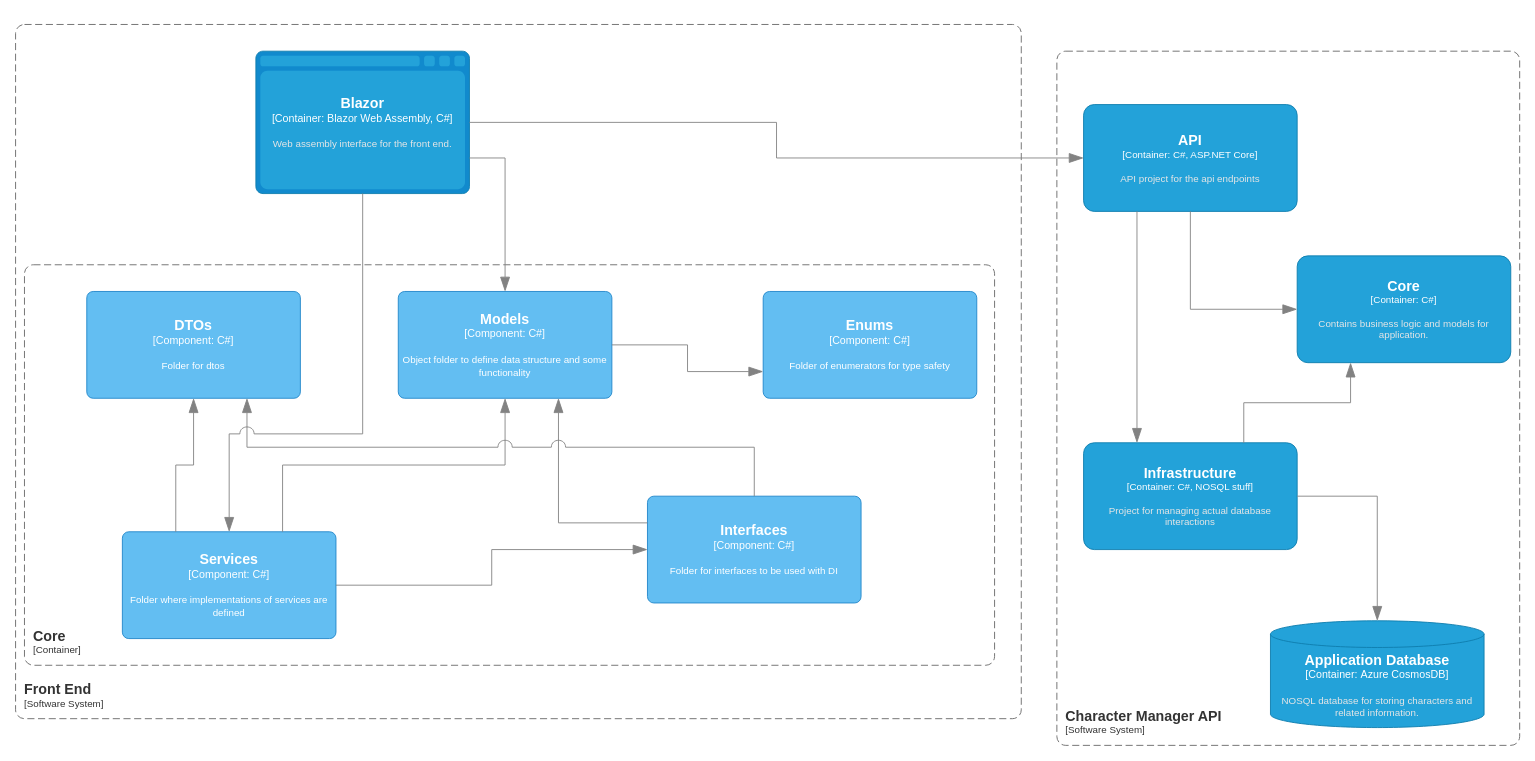
Above: page "Front End Component Diagram" (3 of 4) of Documentation/DiagramCollection.drawio in thedragonluvver/DnDCharacterManager (draw.io), before the change. Source tidied: cells renumbered, new cells numbered last; positions are measured from the earlier drawing's top-left corner, leaving out a move shared by most shapes. Both pictures are drawn from the tidied source at 89%, with x=0, y=0 at pixel (15, 24).
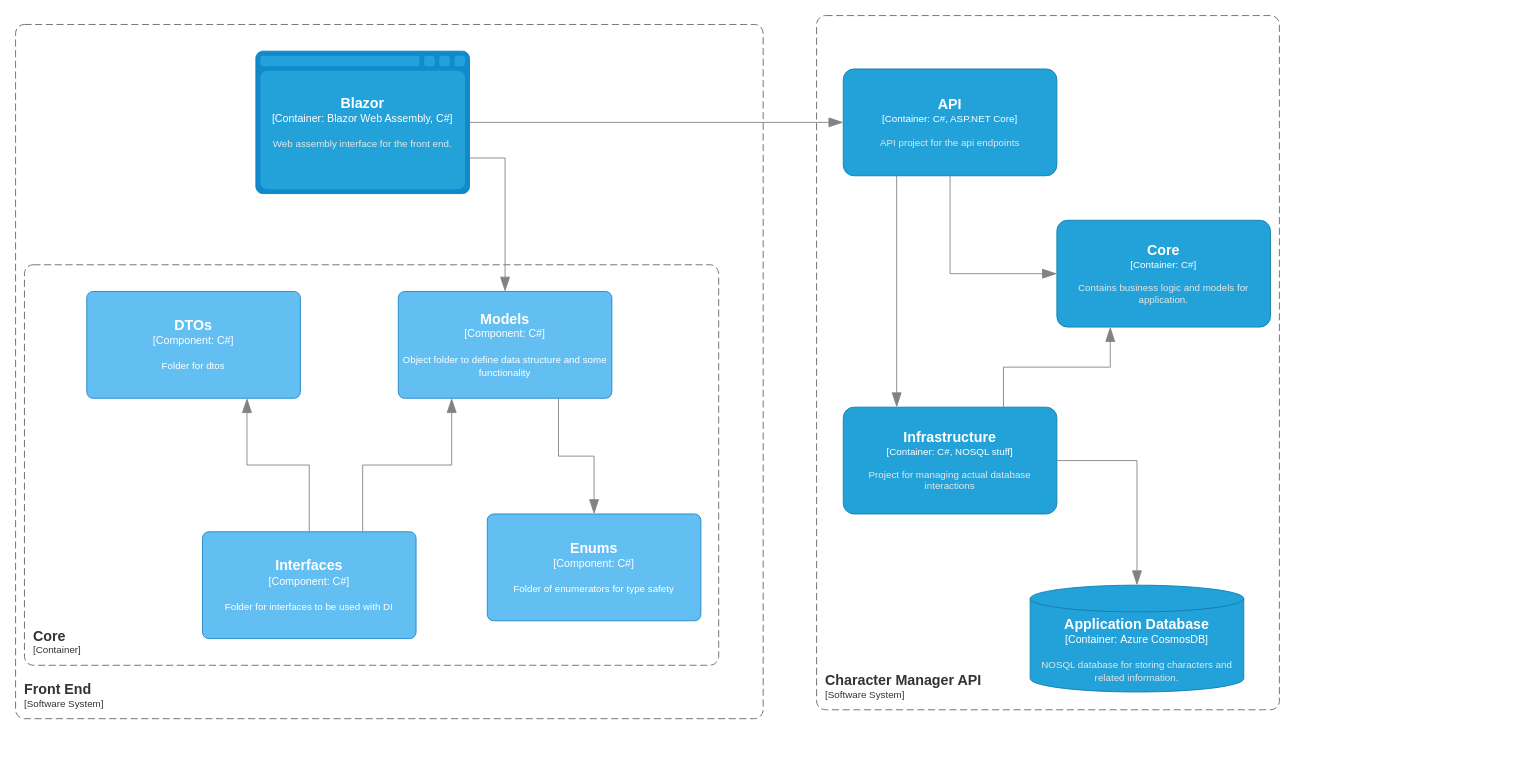
Above is the later version.

Commit message:
create component diagram for web api

Unchanged cells that the change refers to:
```xml
<object id="3" label="&lt;font style=&quot;font-size: 16px&quot;&gt;&lt;b&gt;%c4Name%&lt;/b&gt;&lt;/font&gt;&lt;div&gt;[%c4Type%:&amp;nbsp;%c4Technology%]&lt;/div&gt;&lt;br&gt;&lt;div&gt;&lt;font style=&quot;font-size: 11px&quot;&gt;&lt;font color=&quot;#E6E6E6&quot;&gt;%c4Description%&lt;/font&gt;&lt;/div&gt;" c4Description="Web assembly interface for the front end. " c4Name="Blazor " c4Technology="Blazor Web Assembly, C#" c4Type="Container" placeholders="1">
  <mxCell style="shape=mxgraph.c4.webBrowserContainer2;whiteSpace=wrap;html=1;boundedLbl=1;rounded=0;labelBackgroundColor=none;strokeColor=#118ACD;fillColor=#23A2D9;strokeColor=#118ACD;strokeColor2=#0E7DAD;fontSize=12;fontColor=#ffffff;align=center;points=[[0.5,0,0],[1,0.25,0],[1,0.5,0],[1,0.75,0],[0.5,1,0],[0,0.75,0],[0,0.5,0],[0,0.25,0]];" parent="1" vertex="1">
    <mxGeometry x="270" y="30" width="240" height="160" as="geometry" />
  </mxCell>
</object>
<object id="16" label="&lt;font style=&quot;font-size: 16px&quot;&gt;&lt;b&gt;%c4Name%&lt;/b&gt;&lt;/font&gt;&lt;div&gt;[%c4Type%: %c4Technology%]&lt;/div&gt;&lt;br&gt;&lt;div&gt;&lt;font style=&quot;font-size: 11px&quot;&gt;%c4Description%&lt;/font&gt;&lt;/div&gt;" c4Description="Object folder to define data structure and some functionality" c4Name="Models" c4Technology="C#" c4Type="Component" placeholders="1">
  <mxCell style="rounded=1;whiteSpace=wrap;html=1;labelBackgroundColor=none;fillColor=#63BEF2;fontColor=#ffffff;align=center;arcSize=6;strokeColor=#2086C9;points=[[0.25,0,0],[0.5,0,0],[0.75,0,0],[1,0.25,0],[1,0.5,0],[1,0.75,0],[0.75,1,0],[0.5,1,0],[0.25,1,0],[0,0.75,0],[0,0.5,0],[0,0.25,0]];" parent="1" vertex="1">
    <mxGeometry x="430" y="300" width="240" height="120" as="geometry" />
  </mxCell>
</object>
<object id="24" label="&lt;font style=&quot;font-size: 16px&quot;&gt;&lt;b&gt;%c4Name%&lt;/b&gt;&lt;/font&gt;&lt;div&gt;[%c4Type%: %c4Technology%]&lt;/div&gt;&lt;br&gt;&lt;div&gt;&lt;font style=&quot;font-size: 11px&quot;&gt;%c4Description%&lt;/font&gt;&lt;/div&gt;" c4Description="Folder for dtos" c4Name="DTOs" c4Technology="C#" c4Type="Component" placeholders="1">
  <mxCell style="rounded=1;whiteSpace=wrap;html=1;labelBackgroundColor=none;fillColor=#63BEF2;fontColor=#ffffff;align=center;arcSize=6;strokeColor=#2086C9;points=[[0.25,0,0],[0.5,0,0],[0.75,0,0],[1,0.25,0],[1,0.5,0],[1,0.75,0],[0.75,1,0],[0.5,1,0],[0.25,1,0],[0,0.75,0],[0,0.5,0],[0,0.25,0]];" parent="1" vertex="1">
    <mxGeometry x="80" y="300" width="240" height="120" as="geometry" />
  </mxCell>
</object>
```

Change to the diagram source:
```diff
@@
     <object id="2" label="&lt;font style=&quot;font-size: 16px&quot;&gt;&lt;b&gt;&lt;div style=&quot;text-align: left&quot;&gt;%c4Name%&lt;/div&gt;&lt;/b&gt;&lt;/font&gt;&lt;div style=&quot;text-align: left&quot;&gt;[%c4Application%]&lt;/div&gt;" c4Application="Software System" c4Name="Front End" placeholders="1">
       <mxCell style="rounded=1;fontSize=11;whiteSpace=wrap;html=1;dashed=1;arcSize=20;fillColor=none;strokeColor=#666666;fontColor=#333333;labelBackgroundColor=none;align=left;verticalAlign=bottom;labelBorderColor=none;spacingTop=0;spacing=10;dashPattern=8 4;perimeter=rectanglePerimeter;noLabel=0;labelPadding=0;absoluteArcSize=1;" parent="1" vertex="1">
-        <mxGeometry width="1130" height="780" as="geometry" />
+        <mxGeometry width="840" height="780" as="geometry" />
       </mxCell>
     </object>
@@
     <mxCell id="5" style="group;" parent="1" vertex="1">
-      <mxGeometry x="1170" y="30" width="520" height="780" as="geometry" />
+      <mxGeometry x="900" y="-10" width="520" height="780" as="geometry" />
     </mxCell>
@@
     <object id="15" label="&lt;font style=&quot;font-size: 16px&quot;&gt;&lt;b&gt;&lt;div style=&quot;text-align: left&quot;&gt;%c4Name%&lt;/div&gt;&lt;/b&gt;&lt;/font&gt;&lt;div style=&quot;text-align: left&quot;&gt;[%c4Application%]&lt;/div&gt;" c4Application="Container" c4Name="Core" placeholders="1">
       <mxCell style="rounded=1;fontSize=11;whiteSpace=wrap;html=1;dashed=1;arcSize=20;fillColor=none;strokeColor=#666666;fontColor=#333333;labelBackgroundColor=none;align=left;verticalAlign=bottom;labelBorderColor=none;spacingTop=0;spacing=10;dashPattern=8 4;perimeter=rectanglePerimeter;noLabel=0;labelPadding=0;absoluteArcSize=1;" parent="1" vertex="1">
-        <mxGeometry x="10" y="270" width="1090" height="450" as="geometry" />
+        <mxGeometry x="10" y="270" width="780" height="450" as="geometry" />
       </mxCell>
     </object>
@@
     <object id="17" label="&lt;font style=&quot;font-size: 16px&quot;&gt;&lt;b&gt;%c4Name%&lt;/b&gt;&lt;/font&gt;&lt;div&gt;[%c4Type%: %c4Technology%]&lt;/div&gt;&lt;br&gt;&lt;div&gt;&lt;font style=&quot;font-size: 11px&quot;&gt;%c4Description%&lt;/font&gt;&lt;/div&gt;" c4Description="Folder of enumerators for type safety" c4Name="Enums" c4Technology="C#" c4Type="Component" placeholders="1">
       <mxCell style="rounded=1;whiteSpace=wrap;html=1;labelBackgroundColor=none;fillColor=#63BEF2;fontColor=#ffffff;align=center;arcSize=6;strokeColor=#2086C9;points=[[0.25,0,0],[0.5,0,0],[0.75,0,0],[1,0.25,0],[1,0.5,0],[1,0.75,0],[0.75,1,0],[0.5,1,0],[0.25,1,0],[0,0.75,0],[0,0.5,0],[0,0.25,0]];" parent="1" vertex="1">
-        <mxGeometry x="840" y="300" width="240" height="120" as="geometry" />
+        <mxGeometry x="530" y="550" width="240" height="120" as="geometry" />
       </mxCell>
     </object>
     <object id="18" label="&lt;font style=&quot;font-size: 16px&quot;&gt;&lt;b&gt;%c4Name%&lt;/b&gt;&lt;/font&gt;&lt;div&gt;[%c4Type%: %c4Technology%]&lt;/div&gt;&lt;br&gt;&lt;div&gt;&lt;font style=&quot;font-size: 11px&quot;&gt;%c4Description%&lt;/font&gt;&lt;/div&gt;" c4Description="Folder for interfaces to be used with DI" c4Name="Interfaces" c4Technology="C#" c4Type="Component" placeholders="1">
       <mxCell style="rounded=1;whiteSpace=wrap;html=1;labelBackgroundColor=none;fillColor=#63BEF2;fontColor=#ffffff;align=center;arcSize=6;strokeColor=#2086C9;points=[[0.25,0,0],[0.5,0,0],[0.75,0,0],[1,0.25,0],[1,0.5,0],[1,0.75,0],[0.75,1,0],[0.5,1,0],[0.25,1,0],[0,0.75,0],[0,0.5,0],[0,0.25,0]];" parent="1" vertex="1">
-        <mxGeometry x="710" y="530" width="240" height="120" as="geometry" />
+        <mxGeometry x="210" y="570" width="240" height="120" as="geometry" />
       </mxCell>
     </object>
-    <object id="19" label="&lt;font style=&quot;font-size: 16px&quot;&gt;&lt;b&gt;%c4Name%&lt;/b&gt;&lt;/font&gt;&lt;div&gt;[%c4Type%: %c4Technology%]&lt;/div&gt;&lt;br&gt;&lt;div&gt;&lt;font style=&quot;font-size: 11px&quot;&gt;%c4Description%&lt;/font&gt;&lt;/div&gt;" c4Description="Folder where implementations of services are defined" c4Name="Services" c4Technology="C#" c4Type="Component" placeholders="1">
-      <mxCell style="rounded=1;whiteSpace=wrap;html=1;labelBackgroundColor=none;fillColor=#63BEF2;fontColor=#ffffff;align=center;arcSize=6;strokeColor=#2086C9;points=[[0.25,0,0],[0.5,0,0],[0.75,0,0],[1,0.25,0],[1,0.5,0],[1,0.75,0],[0.75,1,0],[0.5,1,0],[0.25,1,0],[0,0.75,0],[0,0.5,0],[0,0.25,0]];" parent="1" vertex="1">
-        <mxGeometry x="120" y="570" width="240" height="120" as="geometry" />
-      </mxCell>
-    </object>
-    <mxCell id="20" style="endArrow=blockThin;html=1;fontSize=10;fontColor=#404040;strokeWidth=1;endFill=1;strokeColor=#828282;elbow=vertical;endSize=14;startSize=14;jumpStyle=arc;jumpSize=16;rounded=0;edgeStyle=orthogonalEdgeStyle;exitX=0;exitY=0.25;exitDx=0;exitDy=0;exitPerimeter=0;entryX=0.75;entryY=1;entryDx=0;entryDy=0;entryPerimeter=0;" parent="1" edge="1" source="18" target="16">
+    <mxCell id="20" style="endArrow=blockThin;html=1;fontSize=10;fontColor=#404040;strokeWidth=1;endFill=1;strokeColor=#828282;elbow=vertical;endSize=14;startSize=14;jumpStyle=arc;jumpSize=16;rounded=0;edgeStyle=orthogonalEdgeStyle;entryX=0.25;entryY=1;entryDx=0;entryDy=0;entryPerimeter=0;exitX=0.75;exitY=0;exitDx=0;exitDy=0;exitPerimeter=0;" parent="1" edge="1" source="18" target="16">
       <mxGeometry relative="1" as="geometry" />
     </mxCell>
-    <mxCell id="21" style="endArrow=blockThin;html=1;fontSize=10;fontColor=#404040;strokeWidth=1;endFill=1;strokeColor=#828282;elbow=vertical;endSize=14;startSize=14;jumpStyle=arc;jumpSize=16;rounded=0;edgeStyle=orthogonalEdgeStyle;exitX=0.75;exitY=0;exitDx=0;exitDy=0;exitPerimeter=0;entryX=0.5;entryY=1;entryDx=0;entryDy=0;entryPerimeter=0;" parent="1" edge="1" source="19" target="16">
-      <mxGeometry relative="1" as="geometry" />
-    </mxCell>
-    <mxCell id="22" style="endArrow=blockThin;html=1;fontSize=10;fontColor=#404040;strokeWidth=1;endFill=1;strokeColor=#828282;elbow=vertical;endSize=14;startSize=14;jumpStyle=arc;jumpSize=16;rounded=0;edgeStyle=orthogonalEdgeStyle;exitX=1;exitY=0.5;exitDx=0;exitDy=0;exitPerimeter=0;entryX=0;entryY=0.5;entryDx=0;entryDy=0;entryPerimeter=0;" parent="1" edge="1" source="19" target="18">
-      <mxGeometry relative="1" as="geometry" />
-    </mxCell>
-    <mxCell id="23" style="endArrow=blockThin;html=1;fontSize=10;fontColor=#404040;strokeWidth=1;endFill=1;strokeColor=#828282;elbow=vertical;endSize=14;startSize=14;jumpStyle=arc;jumpSize=16;rounded=0;edgeStyle=orthogonalEdgeStyle;exitX=1;exitY=0.5;exitDx=0;exitDy=0;exitPerimeter=0;entryX=0;entryY=0.75;entryDx=0;entryDy=0;entryPerimeter=0;" parent="1" edge="1" source="16" target="17">
+    <mxCell id="23" style="endArrow=blockThin;html=1;fontSize=10;fontColor=#404040;strokeWidth=1;endFill=1;strokeColor=#828282;elbow=vertical;endSize=14;startSize=14;jumpStyle=arc;jumpSize=16;rounded=0;edgeStyle=orthogonalEdgeStyle;exitX=0.75;exitY=1;exitDx=0;exitDy=0;exitPerimeter=0;entryX=0.5;entryY=0;entryDx=0;entryDy=0;entryPerimeter=0;" parent="1" edge="1" source="16" target="17">
       <mxGeometry relative="1" as="geometry" />
     </mxCell>
@@
-    <mxCell id="25" style="endArrow=blockThin;html=1;fontSize=10;fontColor=#404040;strokeWidth=1;endFill=1;strokeColor=#828282;elbow=vertical;endSize=14;startSize=14;jumpStyle=arc;jumpSize=16;rounded=0;edgeStyle=orthogonalEdgeStyle;exitX=0.25;exitY=0;exitDx=0;exitDy=0;exitPerimeter=0;entryX=0.5;entryY=1;entryDx=0;entryDy=0;entryPerimeter=0;" parent="1" edge="1" source="19" target="24">
-      <mxGeometry relative="1" as="geometry" />
-    </mxCell>
@@
-    <mxCell id="28" style="endArrow=blockThin;html=1;fontSize=10;fontColor=#404040;strokeWidth=1;endFill=1;strokeColor=#828282;elbow=vertical;endSize=14;startSize=14;jumpStyle=arc;jumpSize=16;rounded=0;edgeStyle=orthogonalEdgeStyle;exitX=0.5;exitY=1;exitDx=0;exitDy=0;exitPerimeter=0;entryX=0.5;entryY=0;entryDx=0;entryDy=0;entryPerimeter=0;" parent="1" edge="1" source="3" target="19">
-      <mxGeometry relative="1" as="geometry">
-        <Array as="points">
-          <mxPoint x="390" y="460" />
-          <mxPoint x="240" y="460" />
-        </Array>
-      </mxGeometry>
-    </mxCell>
```
